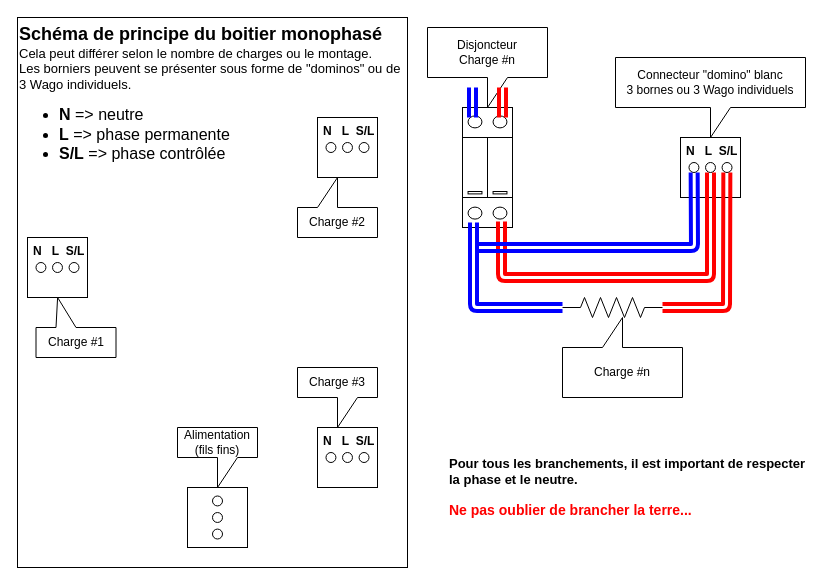
This is HowToInstall.drawio from FredM67/PVRouter-1-phase, a draw.io file, before an edit. Source tidied: cells renumbered, new cells numbered last; positions are measured from the earlier drawing's top-left corner, leaving out a move shared by most shapes. Both pictures are drawn from the tidied source at 100%, with x=0, y=0 at pixel (17, 17).
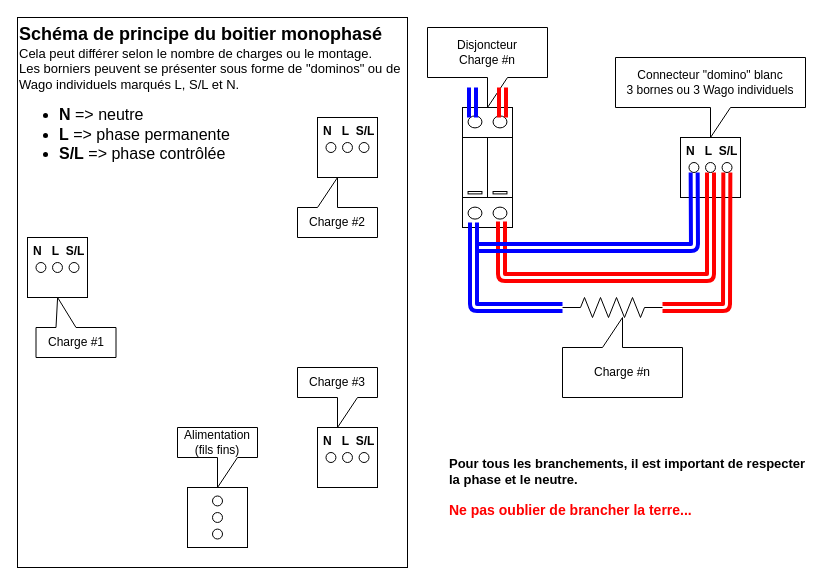
The same diagram, later.

Diff of the diagram source:
```diff
@@
-    <mxCell id="2" value="&lt;div&gt;&lt;b style=&quot;font-size: 18px&quot;&gt;Schéma de principe du boitier monophasé&lt;/b&gt;&lt;/div&gt;&lt;font style=&quot;font-size: 13px&quot;&gt;&lt;div&gt;&lt;span&gt;Cela peut différer selon le nombre de charges ou le montage.&lt;/span&gt;&lt;/div&gt;Les borniers peuvent se présenter sous forme de &quot;dominos&quot; ou de 3 Wago individuels.&lt;br&gt;&lt;ul&gt;&lt;li style=&quot;font-size: 16px&quot;&gt;&lt;font style=&quot;font-size: 16px&quot;&gt;&lt;b&gt;N&lt;/b&gt; =&amp;gt; neutre&lt;/font&gt;&lt;/li&gt;&lt;li style=&quot;font-size: 16px&quot;&gt;&lt;font style=&quot;font-size: 16px&quot;&gt;&lt;b&gt;L&lt;/b&gt; =&amp;gt; phase permanente&lt;/font&gt;&lt;/li&gt;&lt;li style=&quot;font-size: 16px&quot;&gt;&lt;font style=&quot;font-size: 16px&quot;&gt;&lt;b&gt;S/L&lt;/b&gt; =&amp;gt; phase contrôlée&lt;/font&gt;&lt;/li&gt;&lt;/ul&gt;&lt;/font&gt;" style="rounded=0;whiteSpace=wrap;html=1;verticalAlign=top;align=left;" parent="1" vertex="1">
+    <mxCell id="2" value="&lt;div&gt;&lt;b style=&quot;font-size: 18px&quot;&gt;Schéma de principe du boitier monophasé&lt;/b&gt;&lt;/div&gt;&lt;font style=&quot;font-size: 13px&quot;&gt;&lt;div&gt;&lt;span&gt;Cela peut différer selon le nombre de charges ou le montage.&lt;/span&gt;&lt;/div&gt;Les borniers peuvent se présenter sous forme de &quot;dominos&quot; ou de Wago individuels marqués L, S/L et N.&lt;br&gt;&lt;ul&gt;&lt;li style=&quot;font-size: 16px&quot;&gt;&lt;font style=&quot;font-size: 16px&quot;&gt;&lt;b&gt;N&lt;/b&gt; =&amp;gt; neutre&lt;/font&gt;&lt;/li&gt;&lt;li style=&quot;font-size: 16px&quot;&gt;&lt;font style=&quot;font-size: 16px&quot;&gt;&lt;b&gt;L&lt;/b&gt; =&amp;gt; phase permanente&lt;/font&gt;&lt;/li&gt;&lt;li style=&quot;font-size: 16px&quot;&gt;&lt;font style=&quot;font-size: 16px&quot;&gt;&lt;b&gt;S/L&lt;/b&gt; =&amp;gt; phase contrôlée&lt;/font&gt;&lt;/li&gt;&lt;/ul&gt;&lt;/font&gt;" style="rounded=0;whiteSpace=wrap;html=1;verticalAlign=top;align=left;" parent="1" vertex="1">
       <mxGeometry width="390" height="550" as="geometry" />
     </mxCell>
```
